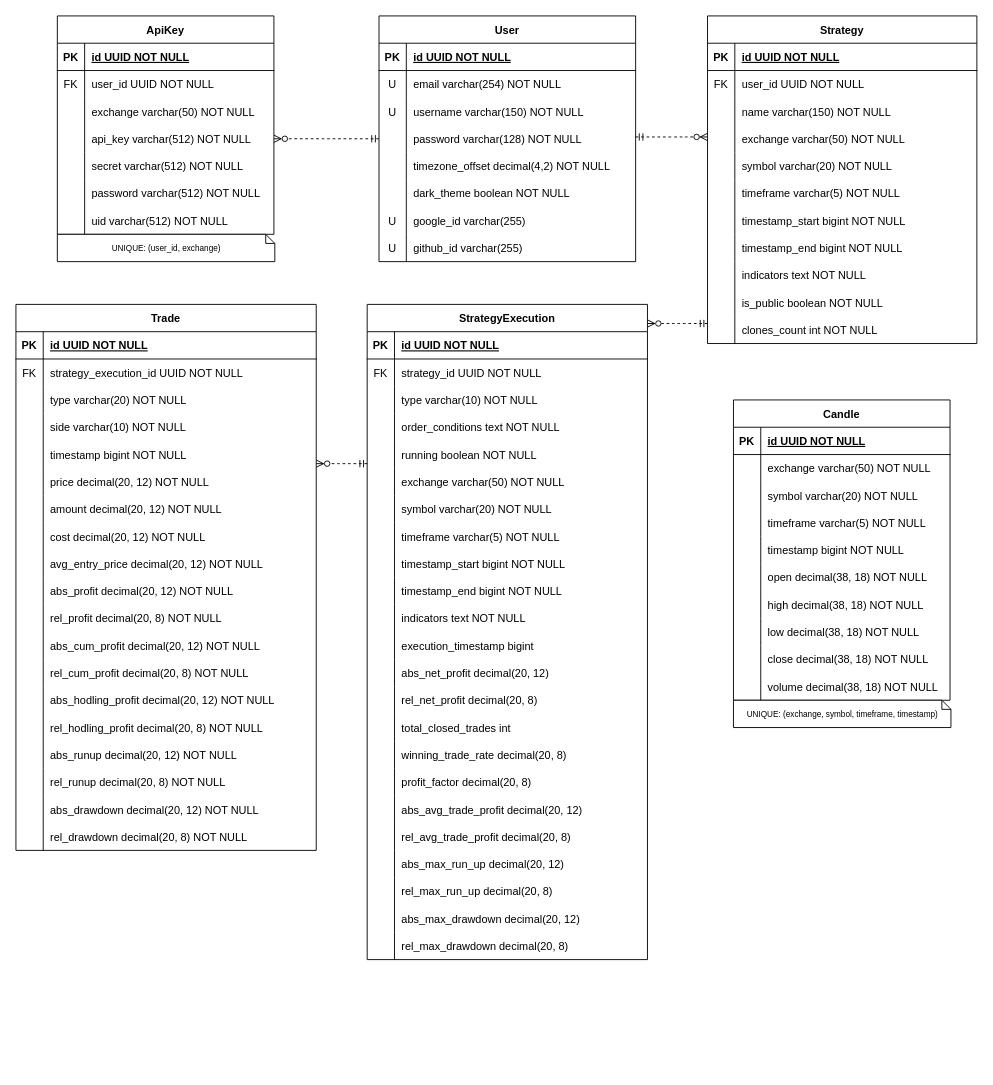
pgr866/Stratify keeps this draw.io diagram as docs/ERD.drawio. Above is the earlier version. Source tidied: cells renumbered, new cells numbered last; positions are measured from the earlier drawing's top-left corner, leaving out a move shared by most shapes. Both pictures are drawn from the tidied source at 91%, with x=0, y=0 at pixel (15, 15).
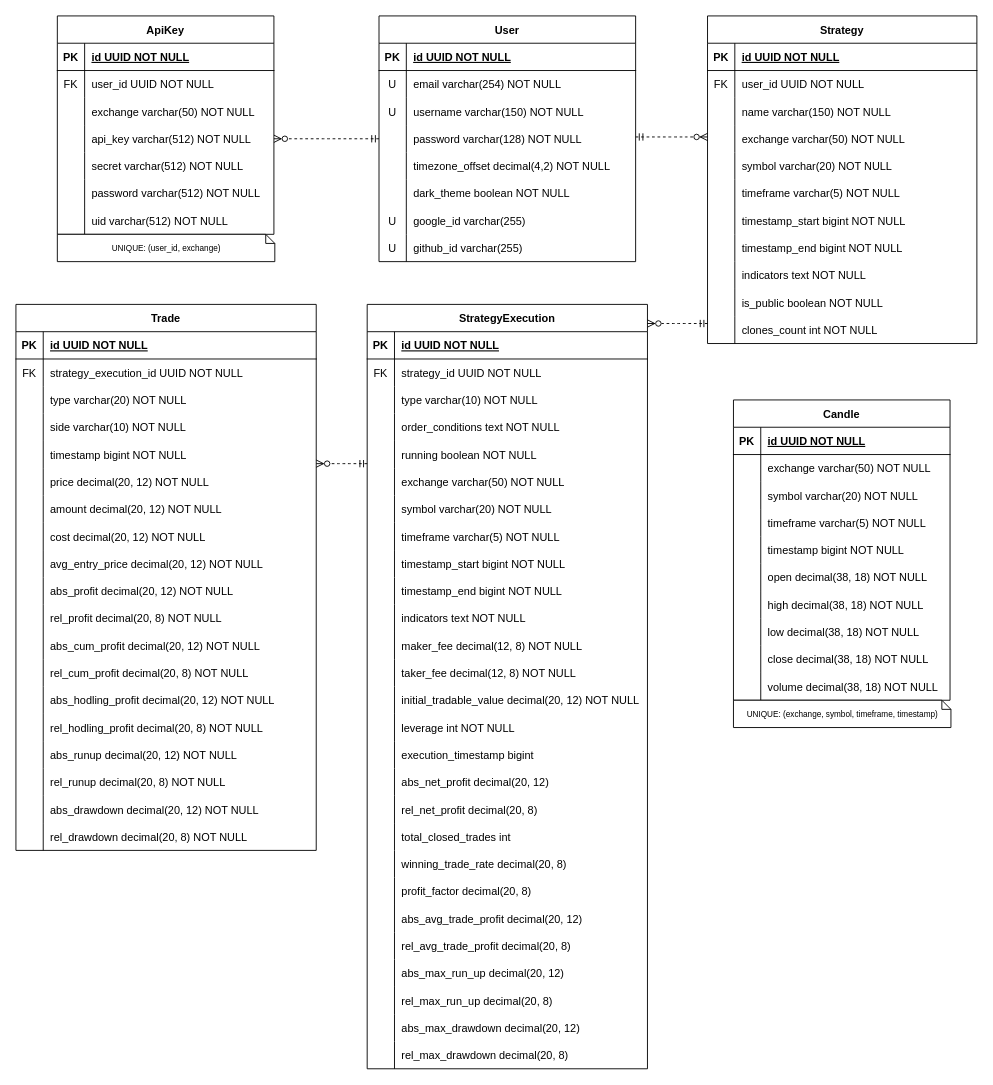
Above is the later version.

Change to the diagram source:
```diff
@@
     <mxCell id="116" value="StrategyExecution" style="shape=table;startSize=30;childLayout=tableLayout;rowLines=0;fontStyle=1;align=center;" parent="1" vertex="1">
-      <mxGeometry x="386" y="317" width="308" height="720" as="geometry" />
+      <mxGeometry x="386" y="317" width="308" height="840" as="geometry" />
     </mxCell>
@@
+    <mxCell id="248" style="shape=partialRectangle;fillColor=none;top=0;left=0;right=0;bottom=0;" parent="116" vertex="1">
+      <mxGeometry y="360" width="308" height="30" as="geometry" />
+    </mxCell>
+    <mxCell id="249" style="shape=partialRectangle;overflow=hidden;fillColor=none;top=0;left=0;bottom=0;right=0;" parent="248" vertex="1">
+      <mxGeometry width="30" height="30" as="geometry" />
+    </mxCell>
+    <mxCell id="250" value="maker_fee decimal(12, 8) NOT NULL" style="shape=partialRectangle;overflow=hidden;fillColor=none;top=0;left=0;bottom=0;right=0;align=left;spacingLeft=6;" parent="248" vertex="1">
+      <mxGeometry x="30" width="278" height="30" as="geometry" />
+    </mxCell>
+    <mxCell id="251" style="shape=partialRectangle;fillColor=none;top=0;left=0;right=0;bottom=0;" parent="116" vertex="1">
+      <mxGeometry y="390" width="308" height="30" as="geometry" />
+    </mxCell>
+    <mxCell id="252" style="shape=partialRectangle;overflow=hidden;fillColor=none;top=0;left=0;bottom=0;right=0;" parent="251" vertex="1">
+      <mxGeometry width="30" height="30" as="geometry" />
+    </mxCell>
+    <mxCell id="253" value="taker_fee decimal(12, 8) NOT NULL" style="shape=partialRectangle;overflow=hidden;fillColor=none;top=0;left=0;bottom=0;right=0;align=left;spacingLeft=6;" parent="251" vertex="1">
+      <mxGeometry x="30" width="278" height="30" as="geometry" />
+    </mxCell>
+    <mxCell id="254" style="shape=partialRectangle;fillColor=none;top=0;left=0;right=0;bottom=0;" parent="116" vertex="1">
+      <mxGeometry y="420" width="308" height="30" as="geometry" />
+    </mxCell>
+    <mxCell id="255" style="shape=partialRectangle;overflow=hidden;fillColor=none;top=0;left=0;bottom=0;right=0;" parent="254" vertex="1">
+      <mxGeometry width="30" height="30" as="geometry" />
+    </mxCell>
+    <mxCell id="256" value="initial_tradable_value decimal(20, 12) NOT NULL" style="shape=partialRectangle;overflow=hidden;fillColor=none;top=0;left=0;bottom=0;right=0;align=left;spacingLeft=6;" parent="254" vertex="1">
+      <mxGeometry x="30" width="278" height="30" as="geometry" />
+    </mxCell>
+    <mxCell id="257" style="shape=partialRectangle;fillColor=none;top=0;left=0;right=0;bottom=0;" parent="116" vertex="1">
+      <mxGeometry y="450" width="308" height="30" as="geometry" />
+    </mxCell>
+    <mxCell id="258" style="shape=partialRectangle;overflow=hidden;fillColor=none;top=0;left=0;bottom=0;right=0;" parent="257" vertex="1">
+      <mxGeometry width="30" height="30" as="geometry" />
+    </mxCell>
+    <mxCell id="259" value="leverage int NOT NULL" style="shape=partialRectangle;overflow=hidden;fillColor=none;top=0;left=0;bottom=0;right=0;align=left;spacingLeft=6;" parent="257" vertex="1">
+      <mxGeometry x="30" width="278" height="30" as="geometry" />
+    </mxCell>
     <mxCell id="150" style="shape=partialRectangle;fillColor=none;top=0;left=0;right=0;bottom=0;" parent="116" vertex="1">
-      <mxGeometry y="360" width="308" height="30" as="geometry" />
+      <mxGeometry y="480" width="308" height="30" as="geometry" />
     </mxCell>
@@
     <mxCell id="153" style="shape=partialRectangle;fillColor=none;top=0;left=0;right=0;bottom=0;" parent="116" vertex="1">
-      <mxGeometry y="390" width="308" height="30" as="geometry" />
+      <mxGeometry y="510" width="308" height="30" as="geometry" />
     </mxCell>
@@
     <mxCell id="156" style="shape=partialRectangle;fillColor=none;top=0;left=0;right=0;bottom=0;" parent="116" vertex="1">
-      <mxGeometry y="420" width="308" height="30" as="geometry" />
+      <mxGeometry y="540" width="308" height="30" as="geometry" />
     </mxCell>
@@
     <mxCell id="159" style="shape=partialRectangle;fillColor=none;top=0;left=0;right=0;bottom=0;" parent="116" vertex="1">
-      <mxGeometry y="450" width="308" height="30" as="geometry" />
+      <mxGeometry y="570" width="308" height="30" as="geometry" />
     </mxCell>
@@
     <mxCell id="162" style="shape=partialRectangle;fillColor=none;top=0;left=0;right=0;bottom=0;" parent="116" vertex="1">
-      <mxGeometry y="480" width="308" height="30" as="geometry" />
+      <mxGeometry y="600" width="308" height="30" as="geometry" />
     </mxCell>
@@
     <mxCell id="165" style="shape=partialRectangle;fillColor=none;top=0;left=0;right=0;bottom=0;" parent="116" vertex="1">
-      <mxGeometry y="510" width="308" height="30" as="geometry" />
+      <mxGeometry y="630" width="308" height="30" as="geometry" />
     </mxCell>
@@
     <mxCell id="168" style="shape=partialRectangle;fillColor=none;top=0;left=0;right=0;bottom=0;" parent="116" vertex="1">
-      <mxGeometry y="540" width="308" height="30" as="geometry" />
+      <mxGeometry y="660" width="308" height="30" as="geometry" />
     </mxCell>
@@
     <mxCell id="171" style="shape=partialRectangle;fillColor=none;top=0;left=0;right=0;bottom=0;" parent="116" vertex="1">
-      <mxGeometry y="570" width="308" height="30" as="geometry" />
+      <mxGeometry y="690" width="308" height="30" as="geometry" />
     </mxCell>
@@
     <mxCell id="174" style="shape=partialRectangle;fillColor=none;top=0;left=0;right=0;bottom=0;" parent="116" vertex="1">
-      <mxGeometry y="600" width="308" height="30" as="geometry" />
+      <mxGeometry y="720" width="308" height="30" as="geometry" />
     </mxCell>
@@
     <mxCell id="177" style="shape=partialRectangle;fillColor=none;top=0;left=0;right=0;bottom=0;" parent="116" vertex="1">
-      <mxGeometry y="630" width="308" height="30" as="geometry" />
+      <mxGeometry y="750" width="308" height="30" as="geometry" />
     </mxCell>
@@
     <mxCell id="180" style="shape=partialRectangle;fillColor=none;top=0;left=0;right=0;bottom=0;" parent="116" vertex="1">
-      <mxGeometry y="660" width="308" height="30" as="geometry" />
+      <mxGeometry y="780" width="308" height="30" as="geometry" />
     </mxCell>
@@
     <mxCell id="183" style="shape=partialRectangle;fillColor=none;top=0;left=0;right=0;bottom=0;" parent="116" vertex="1">
-      <mxGeometry y="690" width="308" height="30" as="geometry" />
+      <mxGeometry y="810" width="308" height="30" as="geometry" />
     </mxCell>
```
